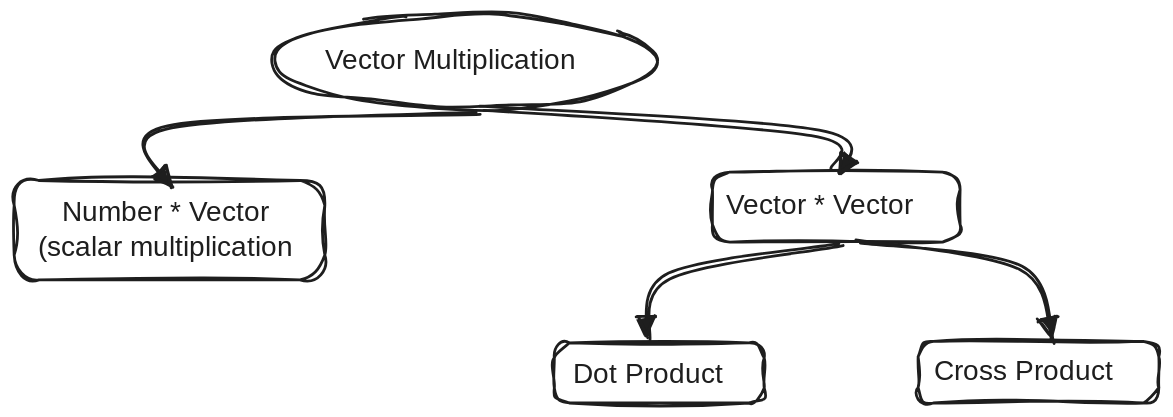
This is resources/sem6/images/cg30.svg from Pravin-hub-rgb/BCA, a Excalidraw export, as it was before one commit. Source tidied: one line per element, renumbered; positions are measured from the earlier drawing's top-left corner, leaving out a move shared by most shapes. The source it was exported from:
```json
{"id": 0, "type": "text", "text": "Vector Multiplication", "strokeColor": "#1e1e1e", "strokeWidth": 2, "roughness": 1, "fontSize": 20, "fontFamily": 5, "x": 222, "y": 22, "width": 198, "height": 25}
{"id": 1, "type": "ellipse", "strokeColor": "#1e1e1e", "strokeWidth": 2, "roughness": 2, "round": true, "x": 186, "y": 0, "width": 274, "height": 68}
{"id": 2, "type": "text", "text": "Number * Vector\n(scalar multiplication", "strokeColor": "#1e1e1e", "strokeWidth": 2, "roughness": 2, "fontSize": 20, "fontFamily": 5, "textAlign": "center", "x": 9, "y": 130, "width": 198, "height": 50}
{"id": 3, "type": "text", "text": "Vector * Vector", "strokeColor": "#1e1e1e", "strokeWidth": 2, "roughness": 2, "fontSize": 20, "fontFamily": 5, "x": 509, "y": 126, "width": 153, "height": 25}
{"id": 4, "type": "rectangle", "strokeColor": "#1e1e1e", "strokeWidth": 2, "roughness": 2, "round": true, "x": 0, "y": 119, "width": 222, "height": 71}
{"id": 5, "type": "rectangle", "strokeColor": "#1e1e1e", "strokeWidth": 2, "roughness": 2, "round": true, "x": 499, "y": 113, "width": 177, "height": 50}
{"id": 6, "type": "arrow", "strokeColor": "#1e1e1e", "strokeWidth": 2, "roughness": 2, "endArrowhead": "triangle", "round": true, "from": 1, "to": 4, "x": 332, "y": 70, "width": 224, "height": 49, "points": [[0, 0], [-224, 12], [-224, 49]]}
{"id": 7, "type": "arrow", "strokeColor": "#1e1e1e", "strokeWidth": 2, "roughness": 2, "endArrowhead": "triangle", "round": true, "from": 1, "to": 5, "x": 335, "y": 70, "width": 251, "height": 41, "points": [[0, 0], [236, 15], [251, 41]]}
{"id": 8, "type": "text", "text": "Dot Product", "strokeColor": "#1e1e1e", "strokeWidth": 2, "roughness": 2, "fontSize": 20, "fontFamily": 5, "x": 399, "y": 246, "width": 125, "height": 25}
{"id": 9, "type": "text", "text": "Cross Product", "strokeColor": "#1e1e1e", "strokeWidth": 2, "roughness": 2, "fontSize": 20, "fontFamily": 5, "x": 657, "y": 244, "width": 141, "height": 25}
{"id": 10, "type": "arrow", "strokeColor": "#1e1e1e", "strokeWidth": 2, "roughness": 2, "endArrowhead": "triangle", "round": true, "from": 5, "to": 12, "x": 592, "y": 163, "width": 136, "height": 70, "points": [[0, 0], [-126, 25], [-136, 70]]}
{"id": 11, "type": "arrow", "strokeColor": "#1e1e1e", "strokeWidth": 2, "roughness": 2, "endArrowhead": "triangle", "round": true, "from": 5, "to": 13, "x": 604, "y": 163, "width": 138, "height": 70, "points": [[0, 0], [116, 20], [138, 70]]}
{"id": 12, "type": "rectangle", "strokeColor": "#1e1e1e", "strokeWidth": 2, "roughness": 2, "round": true, "x": 386, "y": 235, "width": 150, "height": 43}
{"id": 13, "type": "rectangle", "strokeColor": "#1e1e1e", "strokeWidth": 2, "roughness": 2, "round": true, "x": 646, "y": 234, "width": 172, "height": 44}
```
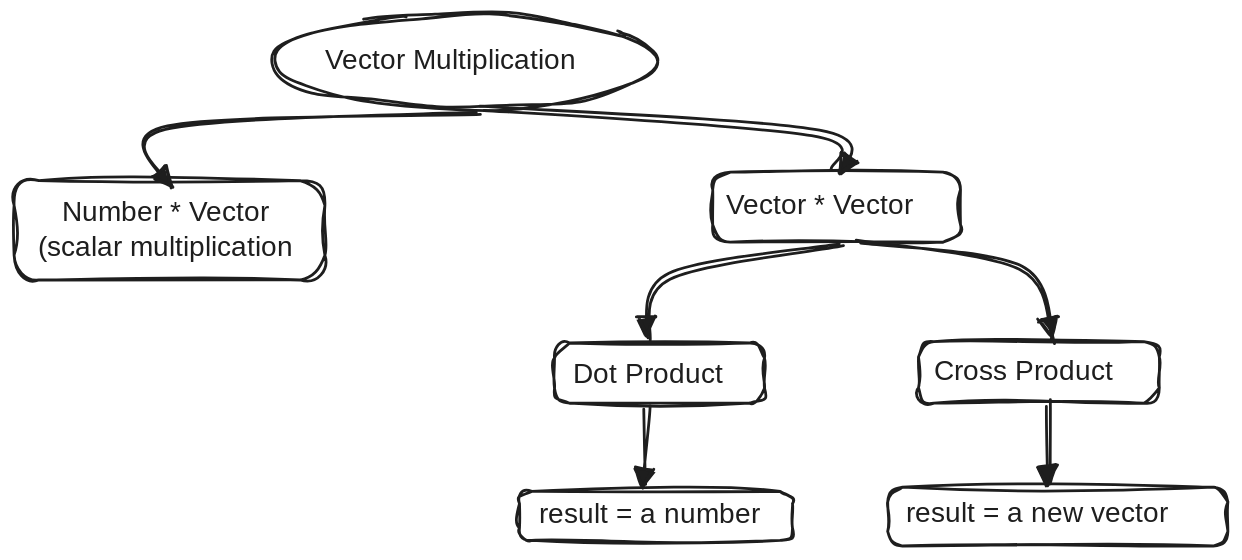
The same file after the commit.

Diff of the diagram source:
```diff
@@ -12,3 +12,9 @@
 {"id": 11, "type": "arrow", "strokeColor": "#1e1e1e", "strokeWidth": 2, "roughness": 2, "endArrowhead": "triangle", "round": true, "from": 5, "to": 13, "x": 604, "y": 163, "width": 138, "height": 70, "points": [[0, 0], [116, 20], [138, 70]]}
 {"id": 12, "type": "rectangle", "strokeColor": "#1e1e1e", "strokeWidth": 2, "roughness": 2, "round": true, "x": 386, "y": 235, "width": 150, "height": 43}
 {"id": 13, "type": "rectangle", "strokeColor": "#1e1e1e", "strokeWidth": 2, "roughness": 2, "round": true, "x": 646, "y": 234, "width": 172, "height": 44}
+{"id": 14, "type": "text", "text": "result = a number", "strokeColor": "#1e1e1e", "strokeWidth": 2, "roughness": 2, "fontSize": 20, "fontFamily": 5, "x": 375, "y": 346, "width": 167, "height": 25}
+{"id": 15, "type": "text", "text": "result = a new vector", "strokeColor": "#1e1e1e", "strokeWidth": 2, "roughness": 2, "fontSize": 20, "fontFamily": 5, "x": 637, "y": 345, "width": 208, "height": 25}
+{"id": 16, "type": "rectangle", "strokeColor": "#1e1e1e", "strokeWidth": 2, "roughness": 2, "round": true, "x": 361, "y": 341, "width": 195, "height": 35}
+{"id": 17, "type": "rectangle", "strokeColor": "#1e1e1e", "strokeWidth": 2, "roughness": 2, "round": true, "x": 624, "y": 338, "width": 243, "height": 42}
+{"id": 18, "type": "arrow", "strokeColor": "#1e1e1e", "strokeWidth": 2, "roughness": 2, "endArrowhead": "triangle", "round": true, "from": 12, "to": 16, "x": 451, "y": 282, "width": 0, "height": 56, "points": [[0, 0], [0, 56]]}
+{"id": 19, "type": "arrow", "strokeColor": "#1e1e1e", "strokeWidth": 2, "roughness": 2, "endArrowhead": "triangle", "round": true, "from": 13, "to": 17, "x": 739, "y": 278, "width": 0, "height": 56, "points": [[0, 0], [0, 56]]}
```
